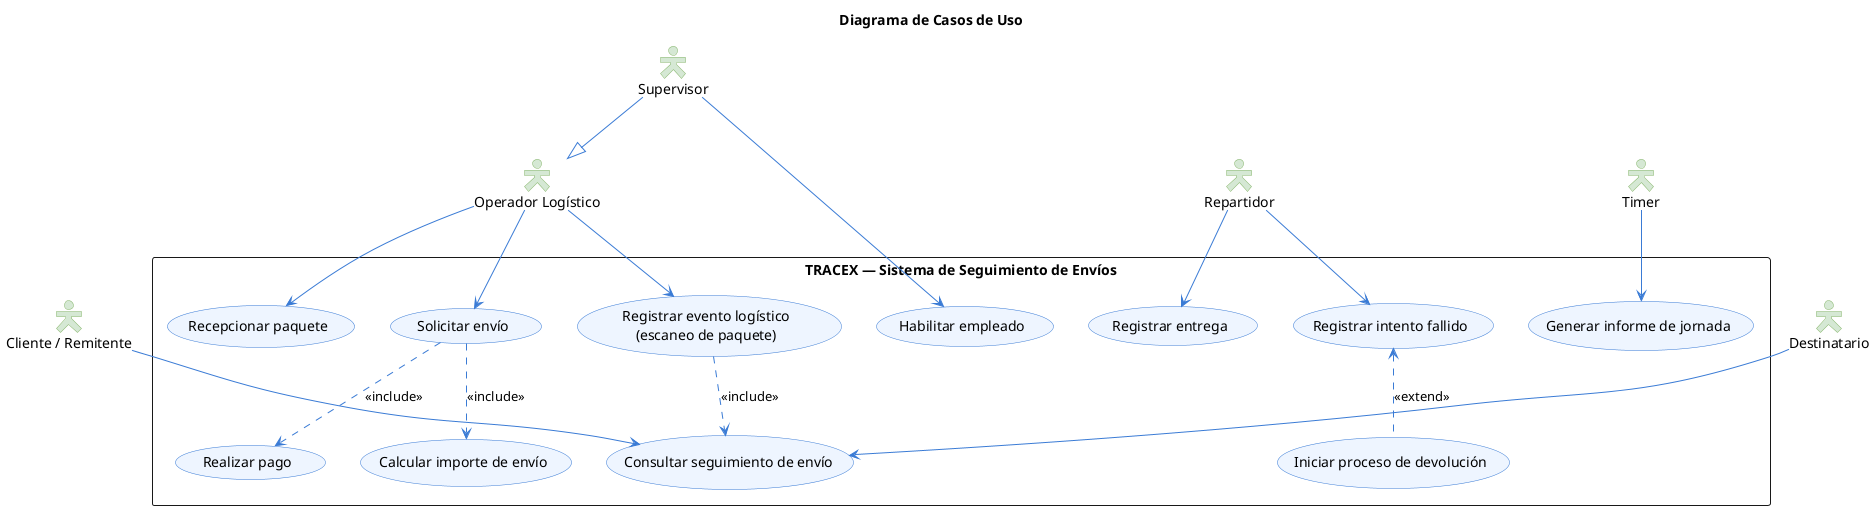
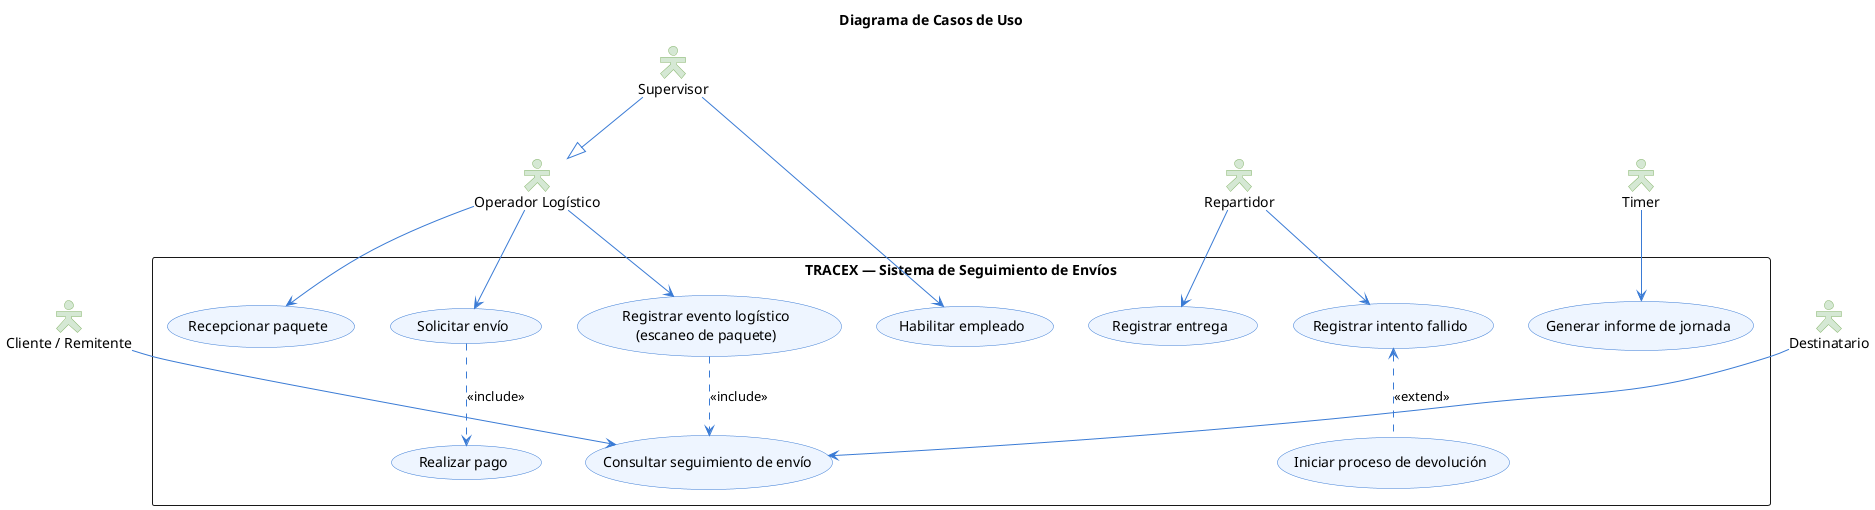
@startuml TRACEX_CasosDeUso

skinparam actorStyle hollow
skinparam packageStyle rectangle

skinparam usecase {
  BackgroundColor #EEF5FF
  BorderColor #3A7BD5
  ArrowColor #3A7BD5
}
skinparam actor {
  BackgroundColor #D5E8D4
  BorderColor #82B366
}

title Diagrama de Casos de Uso

' ─── ACTORES ───────────────────────────────────────────
actor "Cliente / Remitente" as Cliente
actor "Destinatario"        as Destinatario
actor "Operador Logístico"  as Operador
actor "Repartidor"          as Repartidor
actor "Supervisor"          as Supervisor
actor "Timer"       as Timer

' ─── SISTEMA ────────────────────────────────────────────
rectangle "TRACEX — Sistema de Seguimiento de Envíos" {

  ' --- Gestión de envíos (Cliente) ---
  usecase "Solicitar envío"                  as UC1
-   usecase "Calcular importe de envío"        as UC1a
  usecase "Realizar pago"                    as UC1b
  usecase "Consultar seguimiento de envío"   as UC2

  ' --- Ciclo logístico (Operador) ---
  usecase "Registrar evento logístico\n(escaneo de paquete)" as UC3
  usecase "Recepcionar paquete" as UC3a

  ' --- Entrega (Repartidor) ---
  usecase "Registrar entrega"        as UC4
  usecase "Registrar intento fallido"        as UC5
  usecase "Iniciar proceso de devolución"    as UC7

  ' --- Administración ---
  usecase "Generar informe de jornada"       as UC8
  usecase "Habilitar empleado" as UC9
}

' ─── RELACIONES ACTOR ↔ CASO DE USO ─────────────────────
Supervisor   --|> Operador
Supervisor   --> UC9

Cliente      --> UC2

Destinatario --> UC2

Operador     --> UC3
Operador     --> UC3a
Operador     --> UC1

Repartidor   --> UC4
Repartidor   --> UC5

Timer        --> UC8


' ─── RELACIONES ENTRE CASOS DE USO ──────────────────────
- UC1 ..> UC1a : <<include>>
UC1 ..> UC1b : <<include>>

UC3 ..> UC2 : <<include>>

UC5 <.. UC7  : <<extend>>

@enduml